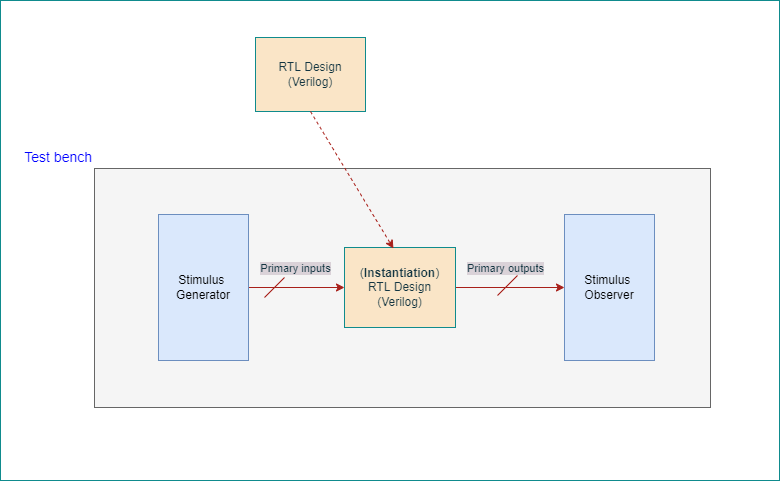
This is assets/simulation.png from kambadur/sky130RTLDesignAndSynthesisWorkshop, a draw.io export, as it was before one commit. Source tidied: cells renumbered, new cells last; positions are measured from the earlier drawing's top-left corner, leaving out a move shared by most shapes.
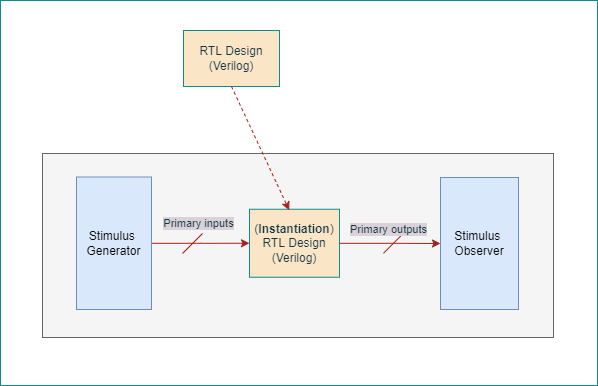
The same diagram one commit later.

The edit, as a diff of the source:
```diff
@@ -3,16 +3,16 @@
     <mxCell id="0" />
     <mxCell id="1" parent="0" />
     <mxCell id="2" value="RTL Design&lt;br&gt;(Verilog)" style="rounded=0;whiteSpace=wrap;html=1;fillColor=#FAE5C7;strokeColor=#0F8B8D;fontColor=#143642;" parent="1" vertex="1">
-      <mxGeometry x="255" y="37" width="110" height="74" as="geometry" />
+      <mxGeometry x="272" y="-804" width="96" height="56" as="geometry" />
     </mxCell>
-    <mxCell id="3" value="&lt;div style=&quot;text-align: center; font-size: 14px;&quot;&gt;&lt;/div&gt;&lt;font color=&quot;#0000ff&quot; style=&quot;font-size: 14px;&quot;&gt;Test bench&lt;/font&gt;" style="rounded=0;whiteSpace=wrap;html=1;labelPosition=left;verticalLabelPosition=top;align=right;verticalAlign=bottom;horizontal=1;fontSize=14;fillColor=#f5f5f5;fontColor=#333333;strokeColor=#666666;" parent="1" vertex="1">
-      <mxGeometry x="94" y="168" width="616" height="239" as="geometry" />
+    <mxCell id="3" value="&lt;div style=&quot;text-align: center ; font-size: 14px&quot;&gt;&lt;/div&gt;" style="rounded=0;whiteSpace=wrap;html=1;labelPosition=left;verticalLabelPosition=top;align=right;verticalAlign=bottom;horizontal=1;fontSize=14;fillColor=#f5f5f5;fontColor=#333333;strokeColor=#666666;" parent="1" vertex="1">
+      <mxGeometry x="131" y="-681" width="511" height="184" as="geometry" />
     </mxCell>
     <mxCell id="4" style="edgeStyle=orthogonalEdgeStyle;rounded=0;jettySize=auto;html=1;labelBackgroundColor=#DAD2D8;strokeColor=#A8201A;fontColor=#143642;" parent="1" edge="1" source="5" target="13">
       <mxGeometry relative="1" as="geometry" />
     </mxCell>
     <mxCell id="5" value="(&lt;b&gt;Instantiation&lt;/b&gt;)&lt;br&gt;RTL Design&lt;br&gt;(Verilog)" style="rounded=0;whiteSpace=wrap;html=1;fillColor=#FAE5C7;strokeColor=#0F8B8D;fontColor=#143642;" parent="1" vertex="1">
-      <mxGeometry x="344" y="247" width="111" height="80" as="geometry" />
+      <mxGeometry x="338" y="-625.2" width="90" height="68" as="geometry" />
     </mxCell>
     <mxCell id="6" style="edgeStyle=orthogonalEdgeStyle;rounded=0;jettySize=auto;html=1;entryX=0;entryY=0.5;entryDx=0;entryDy=0;labelBackgroundColor=#DAD2D8;strokeColor=#A8201A;fontColor=#143642;" parent="1" edge="1" source="8" target="5">
       <mxGeometry relative="1" as="geometry" />
@@ -23,33 +23,33 @@
       </mxGeometry>
     </mxCell>
     <mxCell id="8" value="Stimulus &lt;br&gt;Generator" style="rounded=0;whiteSpace=wrap;html=1;fillColor=#dae8fc;strokeColor=#6c8ebf;" parent="1" vertex="1">
-      <mxGeometry x="158" y="214" width="90" height="146" as="geometry" />
+      <mxGeometry x="165" y="-657.5" width="75" height="132.5" as="geometry" />
     </mxCell>
     <mxCell id="9" style="endArrow=none;html=1;rounded=0;labelBackgroundColor=#DAD2D8;strokeColor=#A8201A;fontColor=#143642;" parent="1" edge="1">
       <mxGeometry relative="1" as="geometry">
-        <mxPoint x="264" y="297" as="sourcePoint" />
-        <mxPoint x="284" y="277" as="targetPoint" />
+        <mxPoint x="271" y="-581" as="sourcePoint" />
+        <mxPoint x="291" y="-601" as="targetPoint" />
       </mxGeometry>
     </mxCell>
     <mxCell id="10" style="endArrow=none;html=1;rounded=0;labelBackgroundColor=#DAD2D8;strokeColor=#A8201A;fontColor=#143642;" parent="1" edge="1">
       <mxGeometry relative="1" as="geometry">
-        <mxPoint x="497" y="295" as="sourcePoint" />
-        <mxPoint x="517" y="275" as="targetPoint" />
+        <mxPoint x="472" y="-581.2" as="sourcePoint" />
+        <mxPoint x="492" y="-601.2" as="targetPoint" />
       </mxGeometry>
     </mxCell>
     <mxCell id="11" style="endArrow=classic;html=1;rounded=0;exitX=0.5;exitY=1;exitDx=0;exitDy=0;fillColor=#FAE5C7;strokeColor=#A8201A;dashed=1;entryX=0.441;entryY=0.013;entryDx=0;entryDy=0;entryPerimeter=0;labelBackgroundColor=#DAD2D8;fontColor=#143642;" parent="1" edge="1" source="2" target="5">
       <mxGeometry relative="1" as="geometry" />
     </mxCell>
     <mxCell id="12" value="Primary outputs" style="edgeLabel;html=1;align=center;verticalAlign=middle;fontColor=#143642;rounded=0;labelBackgroundColor=#DAD2D8;" parent="1" vertex="1">
-      <mxGeometry x="524" y="267" as="geometry">
+      <mxGeometry x="496" y="-606" as="geometry">
         <mxPoint x="-20" as="offset" />
       </mxGeometry>
     </mxCell>
     <mxCell id="13" value="Stimulus &lt;br&gt;Observer" style="rounded=0;whiteSpace=wrap;html=1;fillColor=#dae8fc;strokeColor=#6c8ebf;" parent="1" vertex="1">
-      <mxGeometry x="564" y="214" width="90" height="146" as="geometry" />
+      <mxGeometry x="529" y="-657" width="78" height="132" as="geometry" />
     </mxCell>
-    <mxCell id="14" style="rounded=0;whiteSpace=wrap;html=1;fillColor=none;strokeColor=#0F8B8D;fontColor=#143642;" parent="1" vertex="1">
-      <mxGeometry width="779" height="480" as="geometry" />
-    </mxCell>
+    <mxCell id="15" style="rounded=0;whiteSpace=wrap;html=1;fillColor=none;strokeColor=#0F8B8D;fontColor=#143642;" parent="1" vertex="1">
+      <mxGeometry x="89" y="-834" width="597" height="385" as="geometry" />
+    </mxCell>
   </root>
 </mxGraphModel>
```
